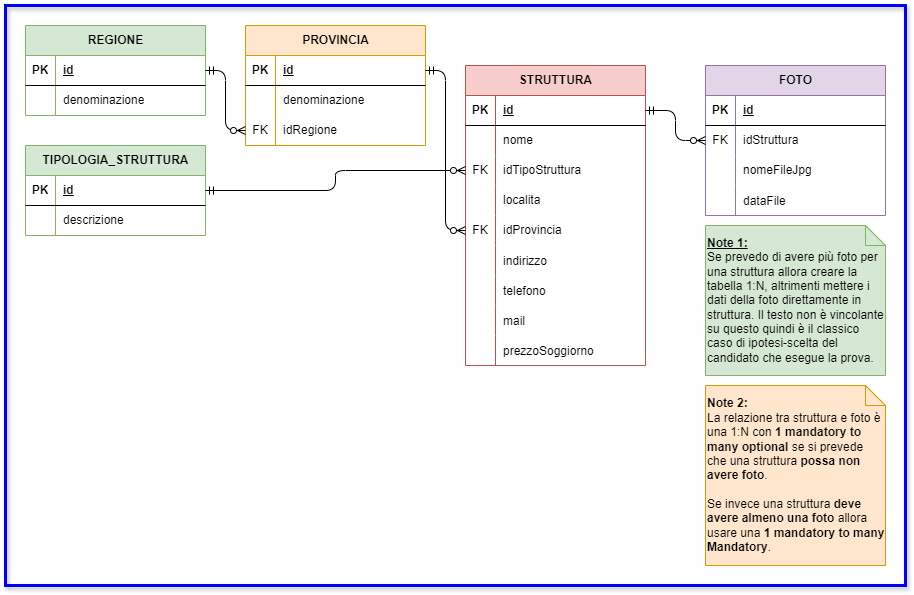
This is AS_2024_2025/5B-Informatica/cs02pag376/ER.drawio.png from CescoP81/GalileiOstiglia, a draw.io export, as it was before one commit. Source tidied: cells renumbered, new cells last; positions are measured from the earlier drawing's top-left corner, leaving out a move shared by most shapes.
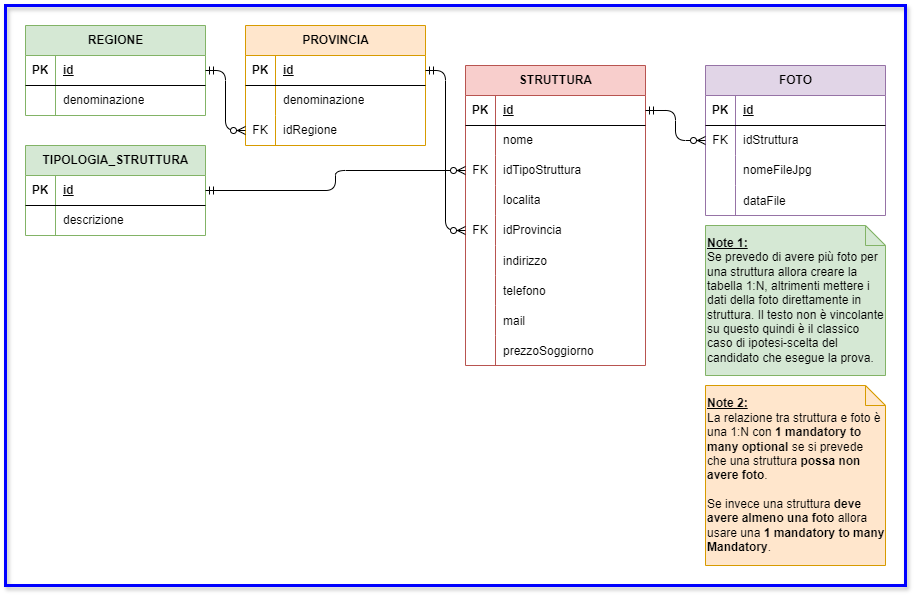
After the commit.

Change to the diagram source:
```diff
@@ -212,7 +212,7 @@
     <mxCell id="71" style="edgeStyle=orthogonalEdgeStyle;fontSize=12;html=1;endArrow=ERzeroToMany;startArrow=ERmandOne;exitX=1;exitY=0.5;exitDx=0;exitDy=0;entryX=0;entryY=0.5;entryDx=0;entryDy=0;" parent="1" edge="1" source="4" target="59">
       <mxGeometry relative="1" as="geometry" />
     </mxCell>
-    <mxCell id="72" value="&lt;div&gt;&lt;b&gt;Note 2:&lt;/b&gt;&lt;/div&gt;La relazione tra struttura e foto è una 1:N con &lt;b&gt;1 mandatory to many optional&lt;/b&gt; se si prevede che una struttura &lt;b&gt;possa non avere foto&lt;/b&gt;.&lt;div&gt;&lt;br&gt;&lt;/div&gt;&lt;div&gt;Se invece una struttura &lt;b&gt;deve avere almeno una foto&lt;/b&gt; allora usare una &lt;b&gt;1 mandatory to many Mandatory&lt;/b&gt;.&lt;/div&gt;" style="shape=note;size=20;whiteSpace=wrap;html=1;fillColor=#ffe6cc;strokeColor=#d79b00;align=left;" parent="1" vertex="1">
+    <mxCell id="72" value="&lt;div&gt;&lt;b&gt;&lt;u&gt;Note 2:&lt;/u&gt;&lt;/b&gt;&lt;/div&gt;La relazione tra struttura e foto è una 1:N con &lt;b&gt;1 mandatory to many optional&lt;/b&gt; se si prevede che una struttura &lt;b&gt;possa non avere foto&lt;/b&gt;.&lt;div&gt;&lt;br&gt;&lt;/div&gt;&lt;div&gt;Se invece una struttura &lt;b&gt;deve avere almeno una foto&lt;/b&gt; allora usare una &lt;b&gt;1 mandatory to many Mandatory&lt;/b&gt;.&lt;/div&gt;" style="shape=note;size=20;whiteSpace=wrap;html=1;fillColor=#ffe6cc;strokeColor=#d79b00;align=left;" parent="1" vertex="1">
       <mxGeometry x="700" y="380" width="180" height="180" as="geometry" />
     </mxCell>
     <mxCell id="73" value="&lt;b&gt;&lt;u&gt;Note 1:&lt;/u&gt;&lt;/b&gt;&lt;div&gt;Se prevedo di avere più foto per una struttura allora creare la tabella 1:N, altrimenti mettere i dati della foto direttamente in struttura. Il testo non è vincolante su questo quindi è il classico caso di ipotesi-scelta del candidato che esegue la prova.&lt;/div&gt;" style="shape=note;size=20;whiteSpace=wrap;html=1;fillColor=#d5e8d4;strokeColor=#82b366;align=left;" parent="1" vertex="1">
```
